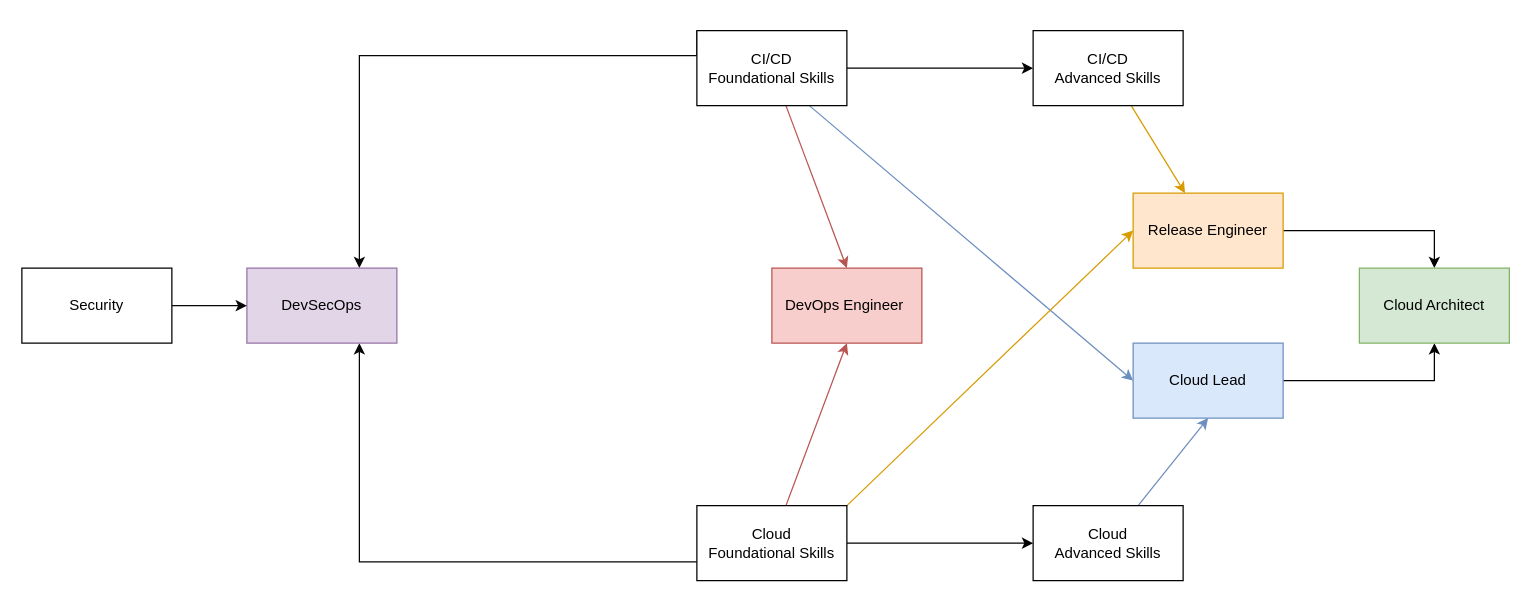
acalder88/devops keeps this draw.io diagram as Untitled Diagram.drawio. Above is the earlier version. Source tidied: cells renumbered, new cells numbered last; positions are measured from the earlier drawing's top-left corner, leaving out a move shared by most shapes. Both pictures are drawn from the tidied source at 125%, with x=0, y=0 at pixel (21, 30).
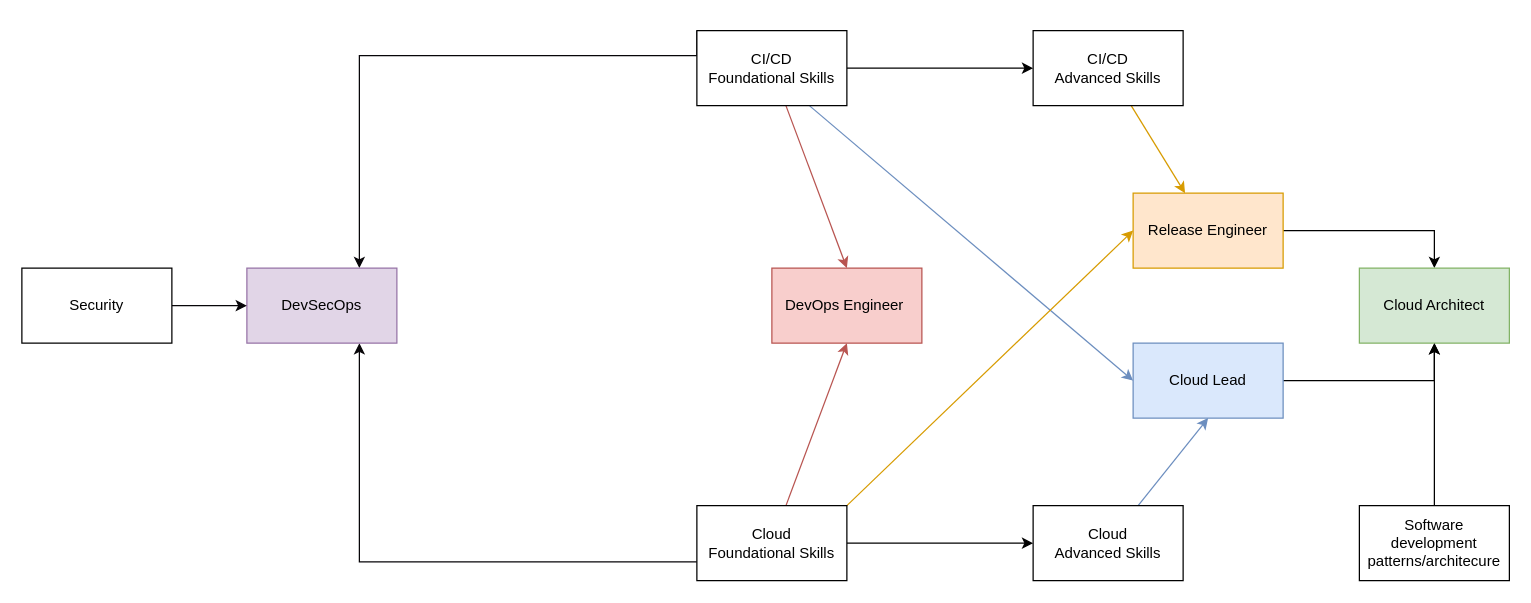
The same diagram, later.

Unchanged cells that the change refers to:
```xml
<mxCell id="22" value="Cloud Architect" style="rounded=0;whiteSpace=wrap;html=1;fillColor=#d5e8d4;strokeColor=#82b366;" parent="1" vertex="1">
  <mxGeometry x="1070" y="190" width="120" height="60" as="geometry" />
</mxCell>
```

What changed in the source:
```diff
@@
+    <mxCell id="25" style="edgeStyle=orthogonalEdgeStyle;rounded=0;jettySize=auto;html=1;entryX=0.5;entryY=1;entryDx=0;entryDy=0;" parent="1" edge="1" source="26" target="22">
+      <mxGeometry relative="1" as="geometry" />
+    </mxCell>
+    <mxCell id="26" value="Software development patterns/architecure" style="rounded=0;whiteSpace=wrap;html=1;" parent="1" vertex="1">
+      <mxGeometry x="1070" y="380" width="120" height="60" as="geometry" />
+    </mxCell>
```
